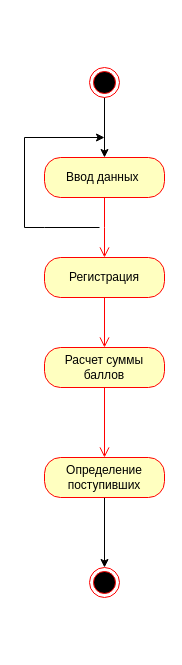
The draw.io diagram page "Диаграмму деятельности (для определенной части)" (4 of 5) of OOP_lab16/Диаграмма вариантов использования с включениями и расширениями.drawio in apollinariiy/OOP_3sem, before the edit. Source tidied: cells renumbered, new cells numbered last; positions are measured from the earlier drawing's top-left corner, leaving out a move shared by most shapes. Both pictures are drawn from the tidied source at 100%, with x=0, y=0 at pixel (24, 67).
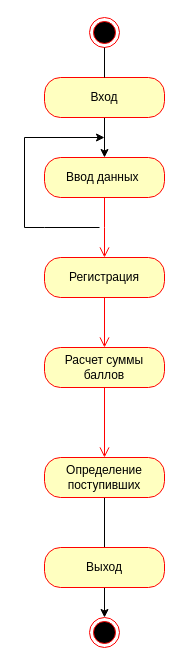
The same diagram, later.

Unchanged cells that the change refers to:
```xml
<mxCell id="5" value="Ввод данных&amp;nbsp;" style="rounded=1;whiteSpace=wrap;html=1;arcSize=40;fontColor=#000000;fillColor=#ffffc0;strokeColor=#ff0000;" parent="1" vertex="1">
  <mxGeometry x="20" y="90" width="120" height="40" as="geometry" />
</mxCell>
```

Change to the diagram source:
```diff
@@
-    <mxCell id="2" style="edgeStyle=orthogonalEdgeStyle;rounded=0;jettySize=auto;html=1;exitX=0.5;exitY=1;exitDx=0;exitDy=0;entryX=0.5;entryY=0;entryDx=0;entryDy=0;" parent="1" edge="1" source="3" target="5">
+    <mxCell id="2" style="edgeStyle=orthogonalEdgeStyle;rounded=0;jettySize=auto;html=1;exitX=0.5;exitY=1;exitDx=0;exitDy=0;entryX=0.5;entryY=0;entryDx=0;entryDy=0;startArrow=none;" parent="1" edge="1" source="14" target="5">
       <mxGeometry relative="1" as="geometry" />
     </mxCell>
     <mxCell id="3" style="ellipse;html=1;shape=endState;fillColor=#000000;strokeColor=#ff0000;" parent="1" vertex="1">
-      <mxGeometry x="65" width="30" height="30" as="geometry" />
+      <mxGeometry x="65" y="-50" width="30" height="30" as="geometry" />
     </mxCell>
@@
     <mxCell id="13" style="ellipse;html=1;shape=endState;fillColor=#000000;strokeColor=#ff0000;" parent="1" vertex="1">
-      <mxGeometry x="65" y="500" width="30" height="30" as="geometry" />
+      <mxGeometry x="65" y="550" width="30" height="30" as="geometry" />
     </mxCell>
+    <mxCell id="14" value="Вход" style="rounded=1;whiteSpace=wrap;html=1;arcSize=40;fontColor=#000000;fillColor=#ffffc0;strokeColor=#ff0000;" parent="1" vertex="1">
+      <mxGeometry x="20" y="10" width="120" height="40" as="geometry" />
+    </mxCell>
+    <mxCell id="15" style="edgeStyle=orthogonalEdgeStyle;rounded=0;jettySize=auto;html=1;exitX=0.5;exitY=1;exitDx=0;exitDy=0;entryX=0.5;entryY=0;entryDx=0;entryDy=0;endArrow=none;" parent="1" edge="1" source="3" target="14">
+      <mxGeometry relative="1" as="geometry" />
+    </mxCell>
+    <mxCell id="16" value="Выход" style="rounded=1;whiteSpace=wrap;html=1;arcSize=40;fontColor=#000000;fillColor=#ffffc0;strokeColor=#ff0000;" parent="1" vertex="1">
+      <mxGeometry x="20" y="480" width="120" height="40" as="geometry" />
+    </mxCell>
```
